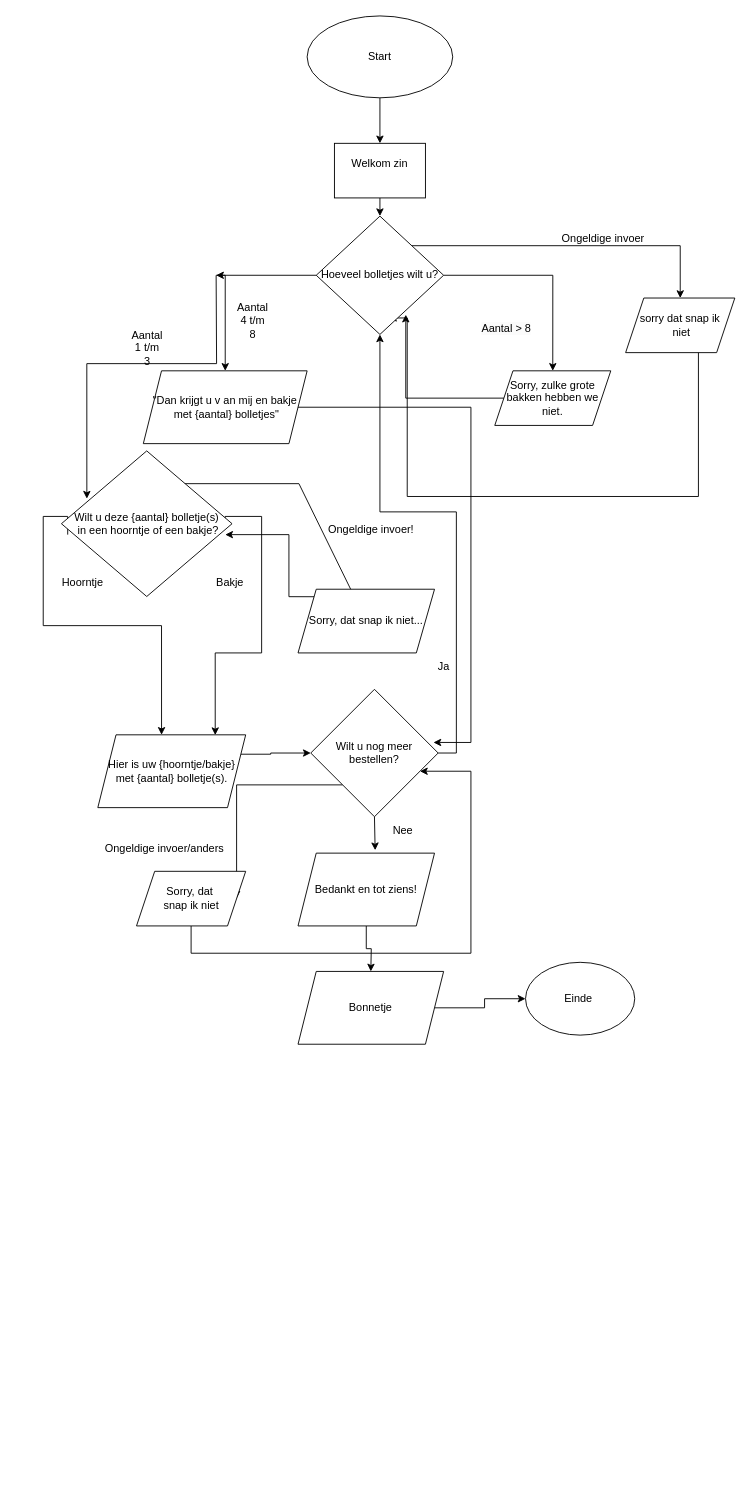
mustafadrr32/leren-programmeren keeps this draw.io diagram as Module 3/Proef/ijssalon/flowchartijs.drawio. Above is the earlier version. Source tidied: cells renumbered, new cells numbered last; positions are measured from the earlier drawing's top-left corner, leaving out a move shared by most shapes. Both pictures are drawn from the tidied source at 91%, with x=0, y=0 at pixel (43, 15).
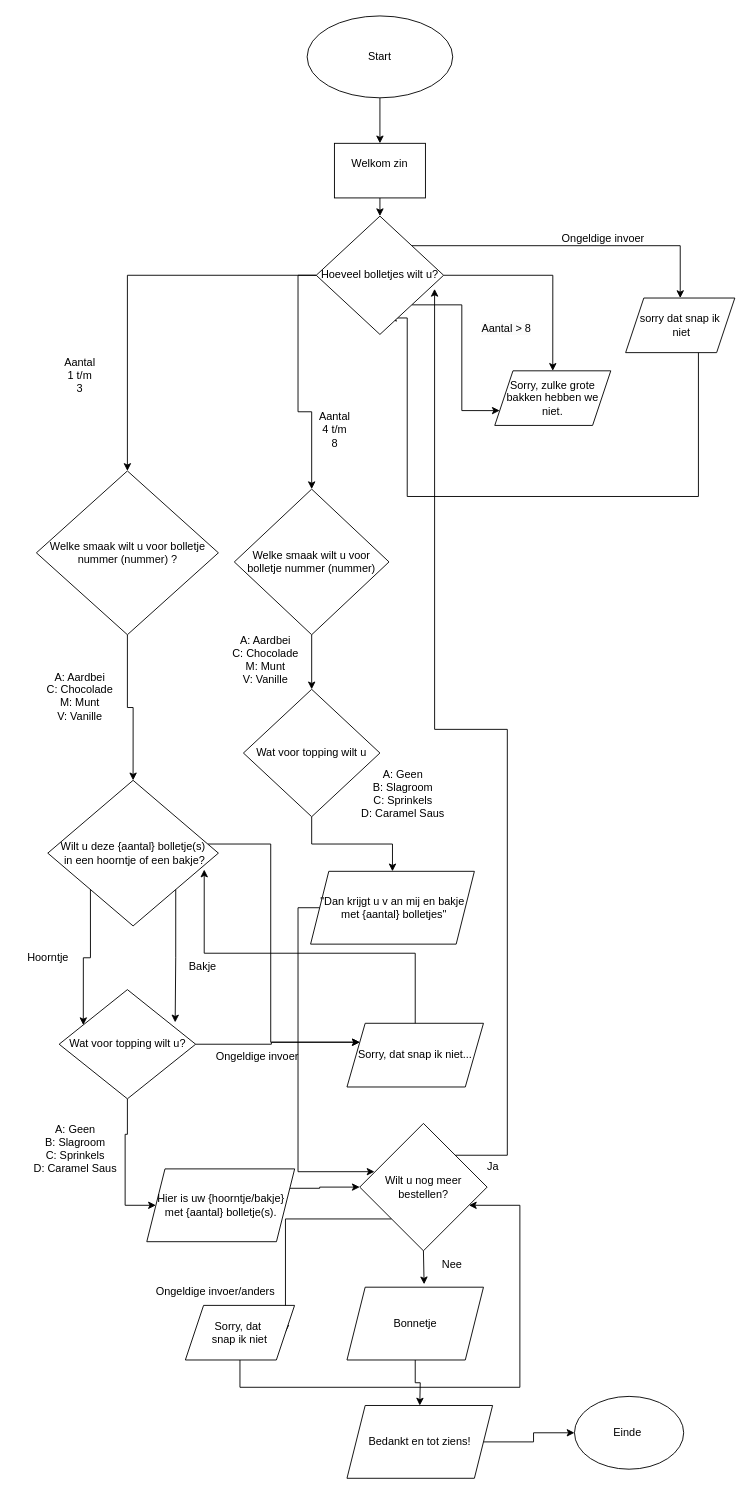
The same diagram, later.

Unchanged cells that the change refers to:
```xml
<mxCell id="8" value="Sorry, zulke grote bakken hebben we niet." style="shape=parallelogram;perimeter=parallelogramPerimeter;whiteSpace=wrap;html=1;fixedSize=1;" parent="1" vertex="1">
  <mxGeometry x="496.2" y="390" width="127.5" height="60" as="geometry" />
</mxCell>
<mxCell id="15" value="&lt;div&gt;&lt;span style=&quot;background-color: initial;&quot;&gt;Hoeveel bolletjes wilt u?&lt;/span&gt;&lt;br&gt;&lt;/div&gt;" style="rhombus;whiteSpace=wrap;html=1;" parent="1" vertex="1">
  <mxGeometry x="300" y="220" width="140" height="130" as="geometry" />
</mxCell>
```

Diff of the diagram source:
```diff
@@
     <mxCell id="9" value="&quot;Dan krijgt u v an mij en bakje&lt;div&gt;&amp;nbsp;met {aantal} bolletjes&quot;&lt;/div&gt;" style="shape=parallelogram;perimeter=parallelogramPerimeter;whiteSpace=wrap;html=1;fixedSize=1;" parent="1" vertex="1">
-      <mxGeometry x="110" y="390" width="180" height="80" as="geometry" />
+      <mxGeometry x="293.8" y="940" width="180" height="80" as="geometry" />
     </mxCell>
-    <mxCell id="10" style="edgeStyle=orthogonalEdgeStyle;rounded=0;jettySize=auto;html=1;exitX=0.25;exitY=1;exitDx=0;exitDy=0;entryX=0.431;entryY=0;entryDx=0;entryDy=0;entryPerimeter=0;" parent="1" edge="1" target="29">
-      <mxGeometry relative="1" as="geometry">
-        <mxPoint x="26.9" y="570" as="sourcePoint" />
-        <Array as="points">
-          <mxPoint x="27" y="550" />
-          <mxPoint y="550" />
-          <mxPoint y="670" />
-          <mxPoint x="130" y="670" />
-        </Array>
-      </mxGeometry>
-    </mxCell>
-    <mxCell id="11" style="edgeStyle=orthogonalEdgeStyle;rounded=0;jettySize=auto;html=1;exitX=1;exitY=1;exitDx=0;exitDy=0;entryX=0.794;entryY=0.004;entryDx=0;entryDy=0;entryPerimeter=0;" parent="1" edge="1" target="29">
-      <mxGeometry relative="1" as="geometry">
-        <mxPoint x="199.9" y="552.3" as="sourcePoint" />
-        <Array as="points">
-          <mxPoint x="200" y="550" />
-          <mxPoint x="240" y="550" />
-          <mxPoint x="240" y="700" />
-          <mxPoint x="189" y="700" />
-        </Array>
-      </mxGeometry>
-    </mxCell>
-    <mxCell id="12" style="edgeStyle=orthogonalEdgeStyle;rounded=0;jettySize=auto;html=1;exitX=0;exitY=0.5;exitDx=0;exitDy=0;entryX=0.5;entryY=0;entryDx=0;entryDy=0;" parent="1" edge="1" target="9">
-      <mxGeometry relative="1" as="geometry">
-        <mxPoint x="190" y="285" as="sourcePoint" />
-        <Array as="points">
-          <mxPoint x="200" y="285" />
-        </Array>
-      </mxGeometry>
-    </mxCell>
@@
+    <mxCell id="47" style="edgeStyle=orthogonalEdgeStyle;rounded=0;jettySize=auto;html=1;exitX=1;exitY=1;exitDx=0;exitDy=0;entryX=0;entryY=0.75;entryDx=0;entryDy=0;" parent="1" edge="1" source="15" target="8">
+      <mxGeometry relative="1" as="geometry">
+        <Array as="points">
+          <mxPoint x="460" y="317" />
+          <mxPoint x="460" y="434" />
+        </Array>
+      </mxGeometry>
+    </mxCell>
+    <mxCell id="48" style="edgeStyle=orthogonalEdgeStyle;rounded=0;jettySize=auto;html=1;exitX=0;exitY=0.5;exitDx=0;exitDy=0;" parent="1" edge="1" source="15" target="52">
+      <mxGeometry relative="1" as="geometry" />
+    </mxCell>
+    <mxCell id="49" style="edgeStyle=orthogonalEdgeStyle;rounded=0;jettySize=auto;html=1;exitX=0;exitY=0.5;exitDx=0;exitDy=0;entryX=0.5;entryY=0;entryDx=0;entryDy=0;" parent="1" edge="1" source="15" target="54">
+      <mxGeometry relative="1" as="geometry" />
+    </mxCell>
@@
-    <mxCell id="16" style="edgeStyle=orthogonalEdgeStyle;rounded=0;jettySize=auto;html=1;entryX=0.149;entryY=0.328;entryDx=0;entryDy=0;entryPerimeter=0;" parent="1" edge="1" target="23">
-      <mxGeometry relative="1" as="geometry">
-        <mxPoint x="190" y="285.1" as="sourcePoint" />
-      </mxGeometry>
-    </mxCell>
-    <mxCell id="17" style="edgeStyle=orthogonalEdgeStyle;rounded=0;orthogonalLoop=1;jettySize=auto;html=1;exitX=1;exitY=0.5;exitDx=0;exitDy=0;entryX=0;entryY=0.5;entryDx=0;entryDy=0;" parent="1" edge="1">
-      <mxGeometry relative="1" as="geometry">
-        <mxPoint x="300" y="285" as="sourcePoint" />
-        <mxPoint x="190" y="285" as="targetPoint" />
-        <Array as="points">
-          <mxPoint x="300" y="285" />
-          <mxPoint x="300" y="285" />
-        </Array>
-      </mxGeometry>
-    </mxCell>
     <mxCell id="18" value="&lt;span style=&quot;text-wrap: wrap;&quot;&gt;Aantal 4 t/m 8&lt;/span&gt;" style="text;html=1;align=center;verticalAlign=middle;strokeColor=none;fillColor=none;" parent="1" vertex="1">
-      <mxGeometry x="180" y="320" width="100" height="30" as="geometry" />
+      <mxGeometry x="270" y="440" width="100" height="30" as="geometry" />
     </mxCell>
     <mxCell id="19" value="&lt;span style=&quot;text-wrap: wrap;&quot;&gt;Aantal 1 t/m 3&lt;/span&gt;" style="text;html=1;align=center;verticalAlign=middle;strokeColor=none;fillColor=none;" parent="1" vertex="1">
-      <mxGeometry x="63.8" y="350" width="100" height="30" as="geometry" />
+      <mxGeometry x="-10" y="380" width="100" height="30" as="geometry" />
     </mxCell>
@@
-    <mxCell id="22" style="edgeStyle=orthogonalEdgeStyle;rounded=0;jettySize=auto;html=1;exitX=1;exitY=0;exitDx=0;exitDy=0;" parent="1" edge="1" target="26">
-      <mxGeometry relative="1" as="geometry">
-        <mxPoint x="150.6" y="513" as="sourcePoint" />
-        <Array as="points">
-          <mxPoint x="151" y="514" />
-          <mxPoint x="281" y="514" />
-        </Array>
-      </mxGeometry>
-    </mxCell>
+    <mxCell id="50" style="edgeStyle=orthogonalEdgeStyle;rounded=0;jettySize=auto;html=1;entryX=0;entryY=0.25;entryDx=0;entryDy=0;" parent="1" edge="1" source="23" target="26">
+      <mxGeometry relative="1" as="geometry">
+        <Array as="points">
+          <mxPoint x="250" y="910" />
+          <mxPoint x="250" y="1128" />
+        </Array>
+      </mxGeometry>
+    </mxCell>
     <mxCell id="23" value="Wilt u deze {aantal} bolletje(s)&lt;div&gt;&amp;nbsp;in een hoorntje&lt;span style=&quot;background-color: initial;&quot;&gt;&amp;nbsp;of een bakje?&lt;/span&gt;&lt;/div&gt;" style="rhombus;whiteSpace=wrap;html=1;" parent="1" vertex="1">
-      <mxGeometry x="20" y="478" width="187.5" height="160" as="geometry" />
+      <mxGeometry x="5" y="840" width="187.5" height="160" as="geometry" />
     </mxCell>
+    <mxCell id="25" value="&lt;span style=&quot;text-wrap: wrap;&quot;&gt;Hoorntje&lt;/span&gt;" style="text;html=1;align=center;verticalAlign=middle;strokeColor=none;fillColor=none;" parent="1" vertex="1">
+      <mxGeometry x="-30" y="1020" width="70" height="30" as="geometry" />
+    </mxCell>
+    <mxCell id="51" style="edgeStyle=orthogonalEdgeStyle;rounded=0;jettySize=auto;html=1;exitX=0.5;exitY=1;exitDx=0;exitDy=0;entryX=0.5;entryY=0;entryDx=0;entryDy=0;" parent="1" edge="1" source="52" target="23">
+      <mxGeometry relative="1" as="geometry" />
+    </mxCell>
+    <mxCell id="52" value="Welke smaak wilt u voor bolletje nummer (nummer) ?" style="rhombus;whiteSpace=wrap;html=1;" parent="1" vertex="1">
+      <mxGeometry x="-7.5" y="500" width="200" height="180" as="geometry" />
+    </mxCell>
+    <mxCell id="53" style="edgeStyle=orthogonalEdgeStyle;rounded=0;jettySize=auto;html=1;exitX=0.5;exitY=1;exitDx=0;exitDy=0;entryX=0.5;entryY=0;entryDx=0;entryDy=0;" parent="1" edge="1" source="54" target="67">
+      <mxGeometry relative="1" as="geometry" />
+    </mxCell>
+    <mxCell id="54" value="Welke smaak wilt u voor bolletje nummer (nummer)" style="rhombus;whiteSpace=wrap;html=1;" parent="1" vertex="1">
+      <mxGeometry x="210" y="520" width="170" height="160" as="geometry" />
+    </mxCell>
+    <mxCell id="55" value="A: Aardbei&lt;div&gt;C: Chocolade&lt;/div&gt;&lt;div&gt;M: Munt&lt;br&gt;&lt;/div&gt;&lt;div&gt;V: Vanille&lt;/div&gt;&lt;div&gt;&lt;br&gt;&lt;/div&gt;" style="text;html=1;align=center;verticalAlign=middle;strokeColor=none;fillColor=none;" parent="1" vertex="1">
+      <mxGeometry x="-10" y="710" width="100" height="90" as="geometry" />
+    </mxCell>
     <mxCell id="24" value="&lt;span style=&quot;text-wrap: wrap;&quot;&gt;Bakje&lt;/span&gt;" style="text;html=1;align=center;verticalAlign=middle;strokeColor=none;fillColor=none;" parent="1" vertex="1">
-      <mxGeometry x="180" y="608" width="50" height="30" as="geometry" />
+      <mxGeometry x="150" y="1030" width="50" height="30" as="geometry" />
     </mxCell>
-    <mxCell id="25" value="&lt;span style=&quot;text-wrap: wrap;&quot;&gt;Hoorntje&lt;/span&gt;" style="text;html=1;align=center;verticalAlign=middle;strokeColor=none;fillColor=none;" parent="1" vertex="1">
-      <mxGeometry x="7.5" y="608" width="70" height="30" as="geometry" />
-    </mxCell>
     <mxCell id="26" value="Sorry, dat snap ik niet..." style="shape=parallelogram;perimeter=parallelogramPerimeter;whiteSpace=wrap;html=1;fixedSize=1;" parent="1" vertex="1">
-      <mxGeometry x="280" y="630" width="150" height="70" as="geometry" />
+      <mxGeometry x="333.8" y="1107" width="150" height="70" as="geometry" />
     </mxCell>
-    <mxCell id="27" value="Ongeldige invoer!" style="text;html=1;align=center;verticalAlign=middle;strokeColor=none;fillColor=none;" parent="1" vertex="1">
-      <mxGeometry x="300" y="550" width="120" height="30" as="geometry" />
-    </mxCell>
     <mxCell id="28" style="edgeStyle=orthogonalEdgeStyle;rounded=0;jettySize=auto;html=1;exitX=1;exitY=0.25;exitDx=0;exitDy=0;entryX=0;entryY=0.5;entryDx=0;entryDy=0;" parent="1" edge="1" source="29" target="32">
       <mxGeometry relative="1" as="geometry">
         <Array as="points">
-          <mxPoint x="250" y="811" />
-          <mxPoint x="250" y="810" />
+          <mxPoint x="303.8" y="1288" />
+          <mxPoint x="303.8" y="1287" />
         </Array>
       </mxGeometry>
     </mxCell>
     <mxCell id="29" value="Hier is uw {hoorntje/bakje} met {aantal} bolletje(s)." style="shape=parallelogram;perimeter=parallelogramPerimeter;whiteSpace=wrap;html=1;fixedSize=1;" parent="1" vertex="1">
-      <mxGeometry x="60" y="790" width="162.5" height="80" as="geometry" />
+      <mxGeometry x="113.8" y="1267" width="162.5" height="80" as="geometry" />
     </mxCell>
-    <mxCell id="30" style="edgeStyle=orthogonalEdgeStyle;rounded=0;jettySize=auto;html=1;exitX=1;exitY=0.5;exitDx=0;exitDy=0;entryX=0.5;entryY=1;entryDx=0;entryDy=0;" parent="1" edge="1" source="32" target="15">
-      <mxGeometry relative="1" as="geometry" />
-    </mxCell>
@@
     <mxCell id="32" value="Wilt u nog meer bestellen?" style="rhombus;whiteSpace=wrap;html=1;" parent="1" vertex="1">
-      <mxGeometry x="294" y="740" width="140" height="140" as="geometry" />
+      <mxGeometry x="347.8" y="1217" width="140" height="140" as="geometry" />
     </mxCell>
-    <mxCell id="33" value="Ja" style="text;html=1;align=center;verticalAlign=middle;strokeColor=none;fillColor=none;" parent="1" vertex="1">
-      <mxGeometry x="420" y="700" width="40" height="30" as="geometry" />
-    </mxCell>
-    <mxCell id="34" style="edgeStyle=orthogonalEdgeStyle;rounded=0;jettySize=auto;html=1;entryX=0.5;entryY=0;entryDx=0;entryDy=0;" parent="1" edge="1" source="35">
-      <mxGeometry relative="1" as="geometry">
-        <mxPoint x="360" y="1050" as="targetPoint" />
-      </mxGeometry>
-    </mxCell>
-    <mxCell id="35" value="Bedankt en tot ziens!" style="shape=parallelogram;perimeter=parallelogramPerimeter;whiteSpace=wrap;html=1;fixedSize=1;" parent="1" vertex="1">
-      <mxGeometry x="280" y="920" width="150" height="80" as="geometry" />
-    </mxCell>
-    <mxCell id="36" style="edgeStyle=orthogonalEdgeStyle;rounded=0;jettySize=auto;html=1;exitX=0.5;exitY=1;exitDx=0;exitDy=0;entryX=0.565;entryY=-0.04;entryDx=0;entryDy=0;entryPerimeter=0;" parent="1" edge="1" source="32" target="35">
-      <mxGeometry relative="1" as="geometry" />
-    </mxCell>
+    <mxCell id="56" style="edgeStyle=orthogonalEdgeStyle;rounded=0;jettySize=auto;html=1;entryX=0.5;entryY=0;entryDx=0;entryDy=0;" parent="1" edge="1" source="46">
+      <mxGeometry relative="1" as="geometry">
+        <mxPoint x="413.8" y="1527" as="targetPoint" />
+      </mxGeometry>
+    </mxCell>
+    <mxCell id="46" value="Bonnetje" style="shape=parallelogram;perimeter=parallelogramPerimeter;whiteSpace=wrap;html=1;fixedSize=1;" parent="1" vertex="1">
+      <mxGeometry x="333.8" y="1397" width="150" height="80" as="geometry" />
+    </mxCell>
+    <mxCell id="57" style="edgeStyle=orthogonalEdgeStyle;rounded=0;jettySize=auto;html=1;exitX=0.5;exitY=1;exitDx=0;exitDy=0;entryX=0.565;entryY=-0.04;entryDx=0;entryDy=0;entryPerimeter=0;" parent="1" edge="1" source="32" target="46">
+      <mxGeometry relative="1" as="geometry" />
+    </mxCell>
     <mxCell id="37" value="Nee" style="text;html=1;align=center;verticalAlign=middle;strokeColor=none;fillColor=none;" parent="1" vertex="1">
-      <mxGeometry x="370" y="880" width="50" height="30" as="geometry" />
+      <mxGeometry x="423.8" y="1357" width="50" height="30" as="geometry" />
     </mxCell>
     <mxCell id="38" style="edgeStyle=orthogonalEdgeStyle;rounded=0;jettySize=auto;html=1;" parent="1" edge="1" source="39" target="32">
       <mxGeometry relative="1" as="geometry">
         <Array as="points">
-          <mxPoint x="163" y="1030" />
-          <mxPoint x="470" y="1030" />
-          <mxPoint x="470" y="830" />
+          <mxPoint x="216.8" y="1507" />
+          <mxPoint x="523.8" y="1507" />
+          <mxPoint x="523.8" y="1307" />
         </Array>
       </mxGeometry>
     </mxCell>
     <mxCell id="39" value="Sorry, dat&amp;nbsp;&lt;div&gt;snap ik niet&lt;/div&gt;" style="shape=parallelogram;perimeter=parallelogramPerimeter;whiteSpace=wrap;html=1;fixedSize=1;" parent="1" vertex="1">
-      <mxGeometry x="102.5" y="940" width="120" height="60" as="geometry" />
+      <mxGeometry x="156.2" y="1417" width="120" height="60" as="geometry" />
     </mxCell>
     <mxCell id="40" value="Ongeldige invoer/anders" style="text;html=1;align=center;verticalAlign=middle;strokeColor=none;fillColor=none;" parent="1" vertex="1">
-      <mxGeometry x="57.5" y="900" width="150" height="30" as="geometry" />
+      <mxGeometry x="113.8" y="1387" width="150" height="30" as="geometry" />
     </mxCell>
-    <mxCell id="41" style="edgeStyle=orthogonalEdgeStyle;rounded=0;jettySize=auto;html=1;entryX=0.703;entryY=0.833;entryDx=0;entryDy=0;entryPerimeter=0;" parent="1" edge="1" source="8" target="15">
-      <mxGeometry relative="1" as="geometry" />
-    </mxCell>
+    <mxCell id="44" value="Einde&amp;nbsp;" style="ellipse;whiteSpace=wrap;html=1;" parent="1" vertex="1">
+      <mxGeometry x="583.8" y="1517" width="120" height="80" as="geometry" />
+    </mxCell>
+    <mxCell id="58" style="edgeStyle=orthogonalEdgeStyle;rounded=0;jettySize=auto;html=1;" parent="1" edge="1" source="35" target="44">
+      <mxGeometry relative="1" as="geometry" />
+    </mxCell>
+    <mxCell id="35" value="Bedankt en tot ziens!" style="shape=parallelogram;perimeter=parallelogramPerimeter;whiteSpace=wrap;html=1;fixedSize=1;" parent="1" vertex="1">
+      <mxGeometry x="333.8" y="1527" width="160" height="80" as="geometry" />
+    </mxCell>
+    <mxCell id="59" value="Ongeldige invoer" style="text;html=1;align=center;verticalAlign=middle;strokeColor=none;fillColor=none;" parent="1" vertex="1">
+      <mxGeometry x="180" y="1129" width="110" height="30" as="geometry" />
+    </mxCell>
+    <mxCell id="60" style="edgeStyle=orthogonalEdgeStyle;rounded=0;jettySize=auto;html=1;exitX=1;exitY=0.5;exitDx=0;exitDy=0;entryX=0;entryY=0.25;entryDx=0;entryDy=0;" parent="1" edge="1" source="62" target="26">
+      <mxGeometry relative="1" as="geometry" />
+    </mxCell>
+    <mxCell id="61" style="edgeStyle=orthogonalEdgeStyle;rounded=0;jettySize=auto;html=1;exitX=0.5;exitY=1;exitDx=0;exitDy=0;entryX=0;entryY=0.5;entryDx=0;entryDy=0;" parent="1" edge="1" source="62" target="29">
+      <mxGeometry relative="1" as="geometry">
+        <Array as="points">
+          <mxPoint x="93" y="1229" />
+          <mxPoint x="90" y="1229" />
+          <mxPoint x="90" y="1307" />
+        </Array>
+      </mxGeometry>
+    </mxCell>
+    <mxCell id="62" value="Wat voor topping wilt u?" style="rhombus;whiteSpace=wrap;html=1;" parent="1" vertex="1">
+      <mxGeometry x="17.5" y="1070" width="150" height="120" as="geometry" />
+    </mxCell>
+    <mxCell id="63" style="edgeStyle=orthogonalEdgeStyle;rounded=0;jettySize=auto;html=1;exitX=0;exitY=1;exitDx=0;exitDy=0;entryX=0.177;entryY=0.325;entryDx=0;entryDy=0;entryPerimeter=0;" parent="1" edge="1" source="23" target="62">
+      <mxGeometry relative="1" as="geometry" />
+    </mxCell>
+    <mxCell id="64" style="edgeStyle=orthogonalEdgeStyle;rounded=0;jettySize=auto;html=1;exitX=1;exitY=1;exitDx=0;exitDy=0;entryX=0.85;entryY=0.3;entryDx=0;entryDy=0;entryPerimeter=0;" parent="1" edge="1" source="23" target="62">
+      <mxGeometry relative="1" as="geometry" />
+    </mxCell>
+    <mxCell id="65" value="A: Geen&lt;div&gt;B: Slagroom&lt;/div&gt;&lt;div&gt;C: Sprinkels&lt;/div&gt;&lt;div&gt;D: Caramel Saus&lt;/div&gt;" style="text;html=1;align=center;verticalAlign=middle;strokeColor=none;fillColor=none;" parent="1" vertex="1">
+      <mxGeometry x="-20" y="1210" width="110" height="70" as="geometry" />
+    </mxCell>
+    <mxCell id="33" value="Ja" style="text;html=1;align=center;verticalAlign=middle;strokeColor=none;fillColor=none;" parent="1" vertex="1">
+      <mxGeometry x="473.8" y="1250" width="40" height="30" as="geometry" />
+    </mxCell>
+    <mxCell id="30" style="edgeStyle=orthogonalEdgeStyle;rounded=0;jettySize=auto;html=1;exitX=1;exitY=0;exitDx=0;exitDy=0;entryX=0.929;entryY=0.615;entryDx=0;entryDy=0;entryPerimeter=0;" parent="1" edge="1" source="32" target="15">
+      <mxGeometry relative="1" as="geometry">
+        <Array as="points">
+          <mxPoint x="510" y="1252" />
+          <mxPoint x="510" y="784" />
+          <mxPoint x="430" y="784" />
+        </Array>
+      </mxGeometry>
+    </mxCell>
+    <mxCell id="66" style="edgeStyle=orthogonalEdgeStyle;rounded=0;jettySize=auto;html=1;exitX=0.5;exitY=1;exitDx=0;exitDy=0;entryX=0.5;entryY=0;entryDx=0;entryDy=0;" parent="1" edge="1" source="67" target="9">
+      <mxGeometry relative="1" as="geometry" />
+    </mxCell>
+    <mxCell id="67" value="Wat voor topping wilt u" style="rhombus;whiteSpace=wrap;html=1;" parent="1" vertex="1">
+      <mxGeometry x="220" y="740" width="150" height="140" as="geometry" />
+    </mxCell>
+    <mxCell id="68" value="A: Geen&lt;div&gt;B: Slagroom&lt;/div&gt;&lt;div&gt;C: Sprinkels&lt;/div&gt;&lt;div&gt;D: Caramel Saus&lt;/div&gt;" style="text;html=1;align=center;verticalAlign=middle;strokeColor=none;fillColor=none;" parent="1" vertex="1">
+      <mxGeometry x="340" y="820" width="110" height="70" as="geometry" />
+    </mxCell>
+    <mxCell id="69" value="A: Aardbei&lt;div&gt;C: Chocolade&lt;/div&gt;&lt;div&gt;M: Munt&lt;br&gt;&lt;/div&gt;&lt;div&gt;V: Vanille&lt;/div&gt;&lt;div&gt;&lt;br&gt;&lt;/div&gt;" style="text;html=1;align=center;verticalAlign=middle;strokeColor=none;fillColor=none;" parent="1" vertex="1">
+      <mxGeometry x="193.8" y="670" width="100" height="90" as="geometry" />
+    </mxCell>
+    <mxCell id="43" style="edgeStyle=orthogonalEdgeStyle;rounded=0;jettySize=auto;html=1;entryX=0.116;entryY=0.379;entryDx=0;entryDy=0;entryPerimeter=0;" parent="1" edge="1" source="9" target="32">
+      <mxGeometry relative="1" as="geometry">
+        <Array as="points">
+          <mxPoint x="280" y="980" />
+          <mxPoint x="280" y="1270" />
+        </Array>
+      </mxGeometry>
+    </mxCell>
-    <mxCell id="42" style="edgeStyle=orthogonalEdgeStyle;rounded=0;jettySize=auto;html=1;exitX=0;exitY=0;exitDx=0;exitDy=0;entryX=0.96;entryY=0.575;entryDx=0;entryDy=0;entryPerimeter=0;" parent="1" edge="1" source="26" target="23">
+    <mxCell id="42" style="edgeStyle=orthogonalEdgeStyle;rounded=0;jettySize=auto;html=1;entryX=0.917;entryY=0.613;entryDx=0;entryDy=0;entryPerimeter=0;" parent="1" edge="1" source="26" target="23">
       <mxGeometry relative="1" as="geometry">
         <Array as="points">
-          <mxPoint x="270" y="638" />
-          <mxPoint x="270" y="570" />
+          <mxPoint x="409" y="1030" />
+          <mxPoint x="177" y="1030" />
         </Array>
       </mxGeometry>
     </mxCell>
-    <mxCell id="43" style="edgeStyle=orthogonalEdgeStyle;rounded=0;jettySize=auto;html=1;exitX=1;exitY=0.5;exitDx=0;exitDy=0;entryX=0.963;entryY=0.417;entryDx=0;entryDy=0;entryPerimeter=0;" parent="1" edge="1" source="9" target="32">
-      <mxGeometry relative="1" as="geometry">
-        <Array as="points">
-          <mxPoint x="470" y="430" />
-          <mxPoint x="470" y="798" />
-        </Array>
-      </mxGeometry>
-    </mxCell>
-    <mxCell id="44" value="Einde&amp;nbsp;" style="ellipse;whiteSpace=wrap;html=1;" parent="1" vertex="1">
-      <mxGeometry x="530" y="1040" width="120" height="80" as="geometry" />
-    </mxCell>
-    <mxCell id="45" style="edgeStyle=orthogonalEdgeStyle;rounded=0;jettySize=auto;html=1;" parent="1" edge="1" source="46" target="44">
-      <mxGeometry relative="1" as="geometry" />
-    </mxCell>
-    <mxCell id="46" value="Bonnetje" style="shape=parallelogram;perimeter=parallelogramPerimeter;whiteSpace=wrap;html=1;fixedSize=1;" parent="1" vertex="1">
-      <mxGeometry x="280" y="1050" width="160" height="80" as="geometry" />
-    </mxCell>
```
